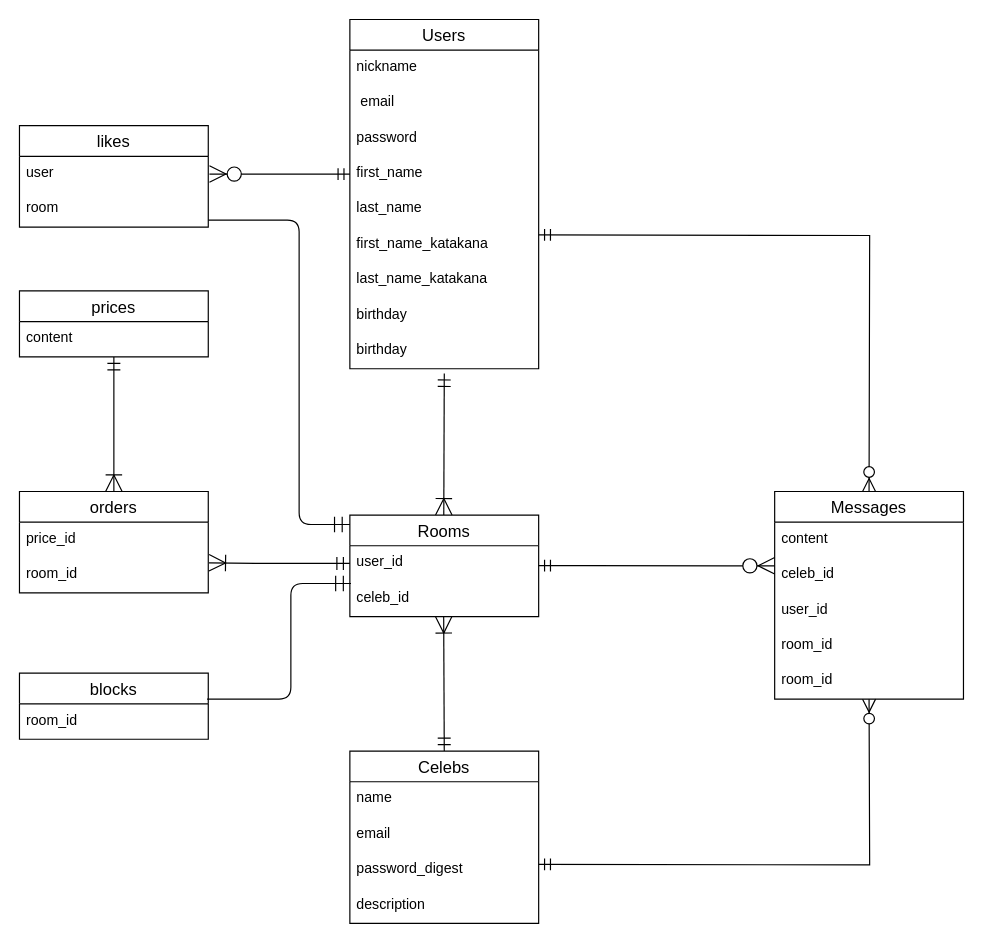
Earlier version of the draw.io diagram test.dio (soma1999/myapp). Source tidied: cells renumbered, new cells numbered last; positions are measured from the earlier drawing's top-left corner, leaving out a move shared by most shapes. Both pictures are drawn from the tidied source at 118%, with x=0, y=0 at pixel (19, 19).
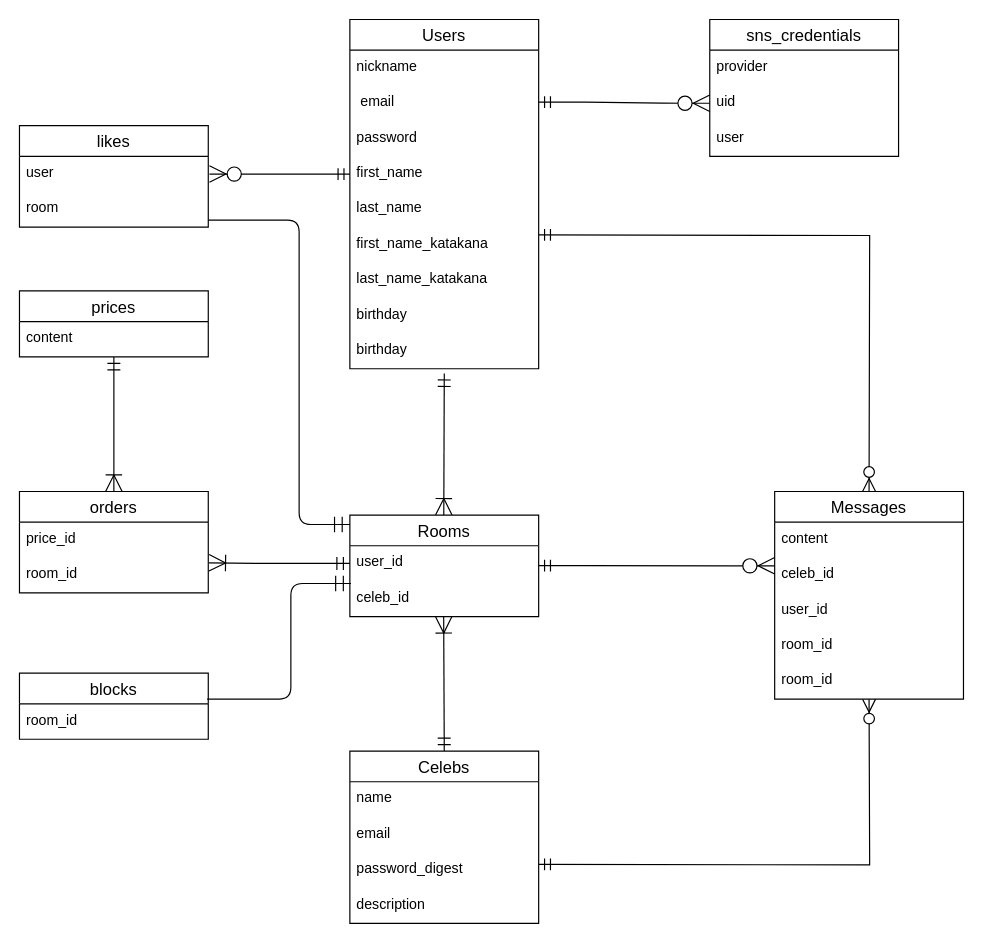
Above is the later version.

The edit, as a diff of the source:
```diff
@@
+    <mxCell id="47" value="sns_credentials" style="swimlane;fontStyle=0;horizontal=1;startSize=26;align=center;fontSize=14;" parent="1" vertex="1">
+      <mxGeometry x="585" width="160" height="116" as="geometry" />
+    </mxCell>
+    <mxCell id="48" value="provider" style="text;strokeColor=none;fillColor=none;spacingLeft=4;spacingRight=4;overflow=hidden;fontSize=12;" parent="47" vertex="1">
+      <mxGeometry y="26" width="160" height="30" as="geometry" />
+    </mxCell>
+    <mxCell id="49" value="uid" style="text;strokeColor=none;fillColor=none;spacingLeft=4;spacingRight=4;overflow=hidden;points=[[0,0.5],[1,0.5]];portConstraint=eastwest;fontSize=12;" parent="47" vertex="1">
+      <mxGeometry y="56" width="160" height="30" as="geometry" />
+    </mxCell>
+    <mxCell id="50" value="user" style="text;strokeColor=none;fillColor=none;spacingLeft=4;spacingRight=4;overflow=hidden;fontSize=12;" parent="47" vertex="1">
+      <mxGeometry y="86" width="160" height="30" as="geometry" />
+    </mxCell>
+    <mxCell id="51" style="edgeStyle=entityRelationEdgeStyle;fontSize=12;html=1;endArrow=ERzeroToMany;startArrow=ERmandOne;endSize=12;startSize=8;entryX=0;entryY=0.5;entryDx=0;entryDy=0;" parent="1" edge="1" target="49">
+      <mxGeometry relative="1" as="geometry">
+        <mxPoint x="440" y="70" as="sourcePoint" />
+      </mxGeometry>
+    </mxCell>
```
